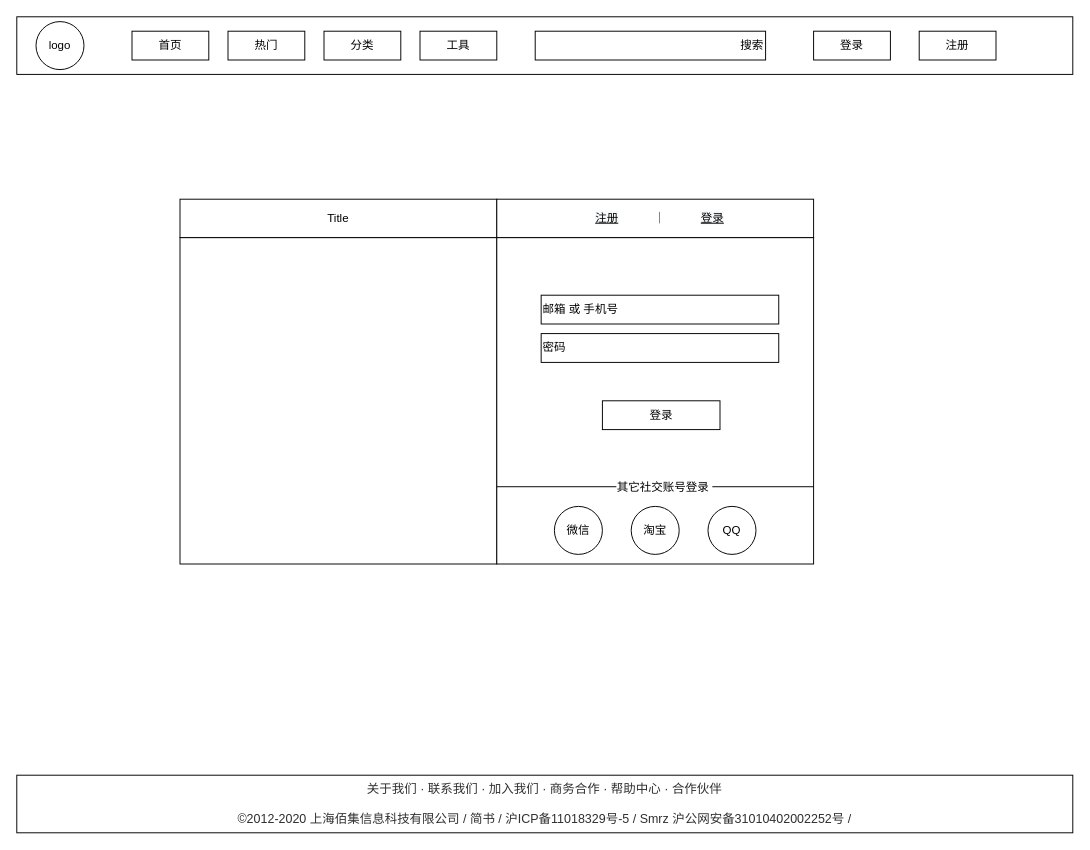
Above: page "Login" (7 of 13) of gif.drawio in goldmine/base (draw.io), before the change. Source tidied: cells renumbered, new cells numbered last; positions are measured from the earlier drawing's top-left corner, leaving out a move shared by most shapes. Both pictures are drawn from the tidied source at 96%, with x=0, y=0 at pixel (16, 16).
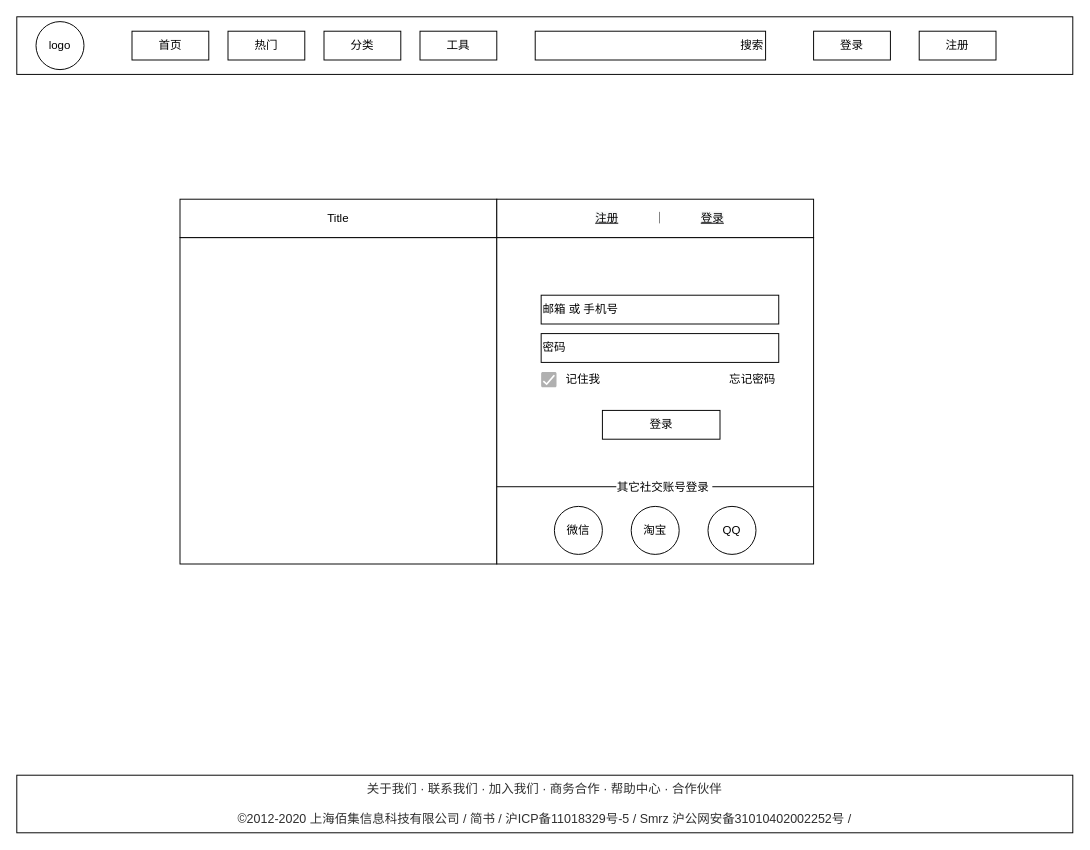
The same diagram, later.

Diff of the diagram source:
```diff
@@
     <mxCell id="18" value="登录" style="rounded=0;whiteSpace=wrap;html=1;" parent="1" vertex="1">
-      <mxGeometry x="610" y="400" width="122.5" height="30" as="geometry" />
+      <mxGeometry x="610" y="410" width="122.5" height="30" as="geometry" />
     </mxCell>
@@
+    <mxCell id="28" style="dashed=0;labelPosition=right;align=left;shape=mxgraph.gmdl.checkbox;strokeColor=none;fillColor=#B0B0B0;strokeWidth=2;" parent="1" vertex="1">
+      <mxGeometry x="546.2" y="370" width="16" height="16" as="geometry" />
+    </mxCell>
+    <mxCell id="29" value="记住我" style="text;html=1;strokeColor=none;fillColor=none;align=center;verticalAlign=middle;whiteSpace=wrap;rounded=0;" parent="1" vertex="1">
+      <mxGeometry x="570" y="368" width="40" height="20" as="geometry" />
+    </mxCell>
+    <mxCell id="30" value="忘记密码" style="text;html=1;strokeColor=none;fillColor=none;align=center;verticalAlign=middle;whiteSpace=wrap;rounded=0;" parent="1" vertex="1">
+      <mxGeometry x="738.8" y="368" width="55" height="20" as="geometry" />
+    </mxCell>
```
